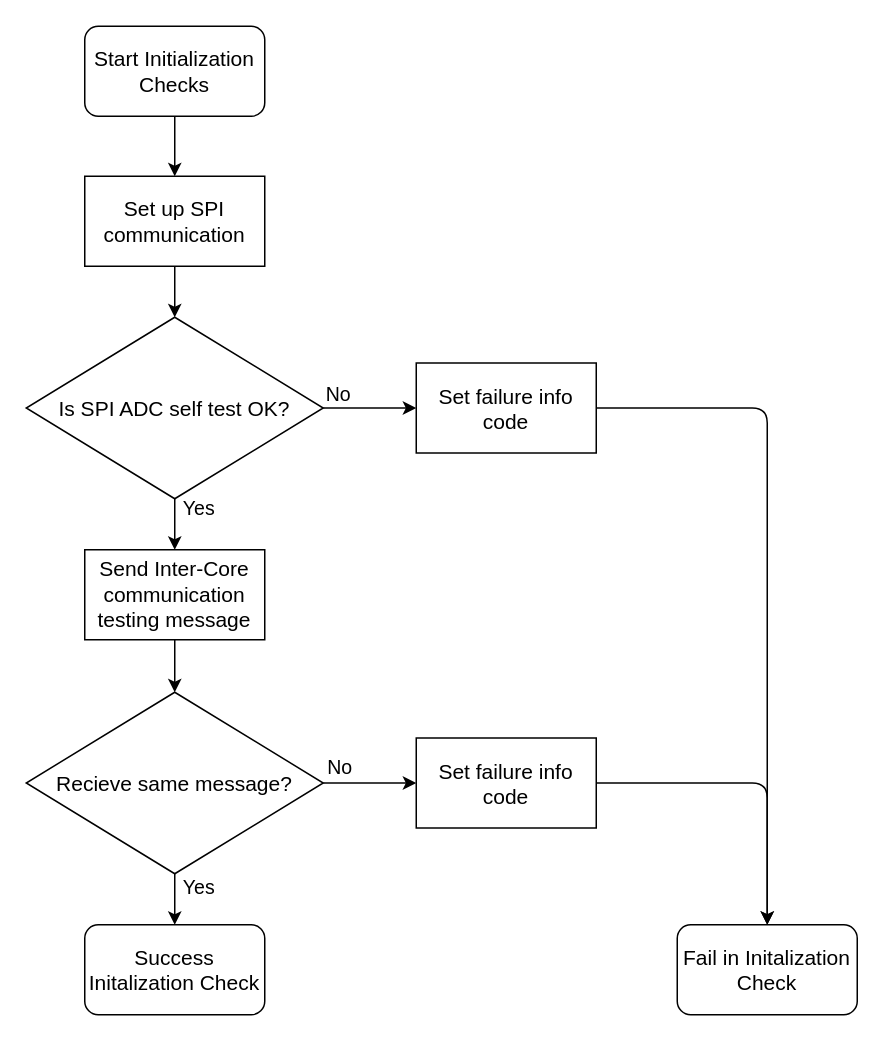
Earlier version of the draw.io diagram schematic/05-sw-flow-initialization-check.drawio (petrkucerak/diplom-thesis). Source tidied: cells renumbered, new cells numbered last; positions are measured from the earlier drawing's top-left corner, leaving out a move shared by most shapes. Both pictures are drawn from the tidied source at 150%, with x=0, y=0 at pixel (26, 26).
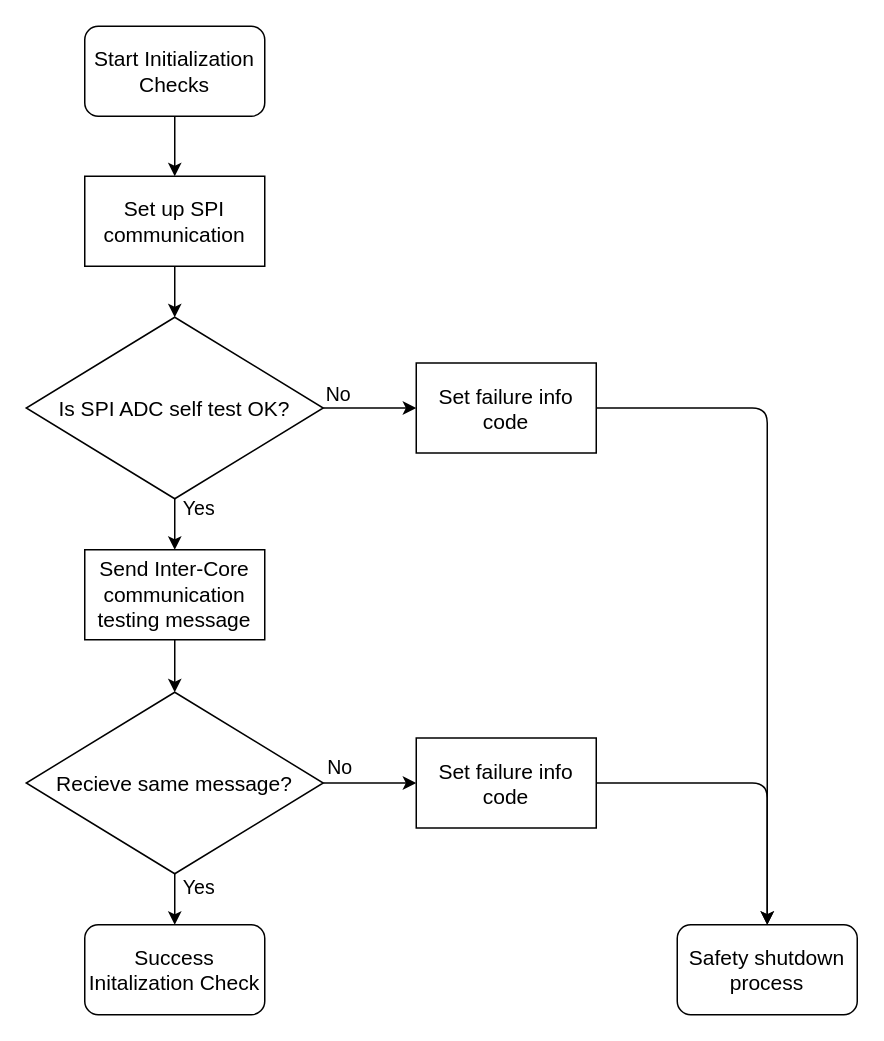
The same diagram, later.

The edit, as a diff of the source:
```diff
@@
-    <mxCell id="19" value="Fail in Initalization Check" style="rounded=1;whiteSpace=wrap;html=1;fontSize=14;" parent="1" vertex="1">
+    <mxCell id="19" value="Safety shutdown process" style="rounded=1;whiteSpace=wrap;html=1;fontSize=14;" parent="1" vertex="1">
       <mxGeometry x="434" y="599" width="120" height="60" as="geometry" />
     </mxCell>
```
